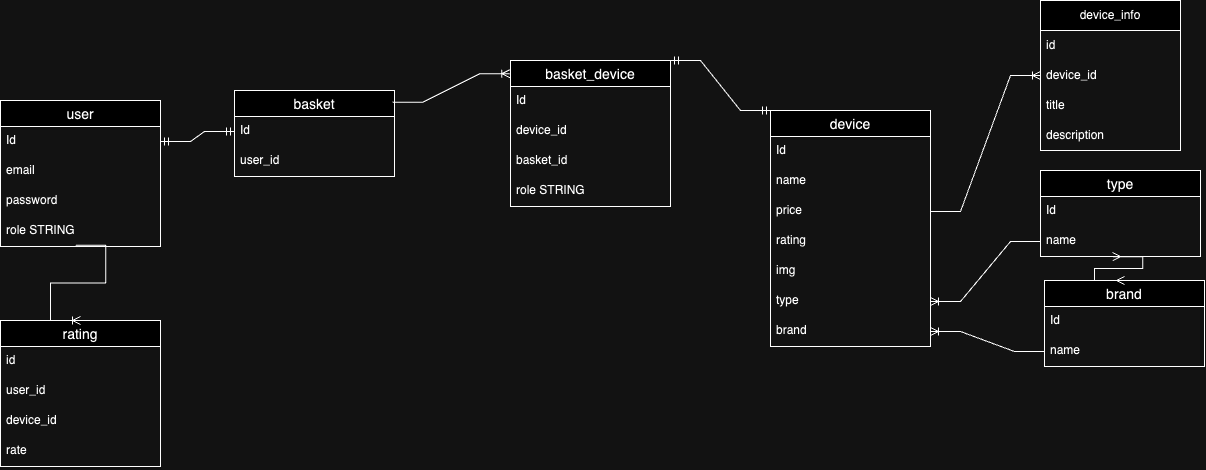
OlegBayrak/shop_project keeps this draw.io diagram as static/img/BD_shop.drawio.png. Above is the earlier version. Source tidied: cells renumbered, new cells last; positions are measured from the earlier drawing's top-left corner, leaving out a move shared by most shapes.
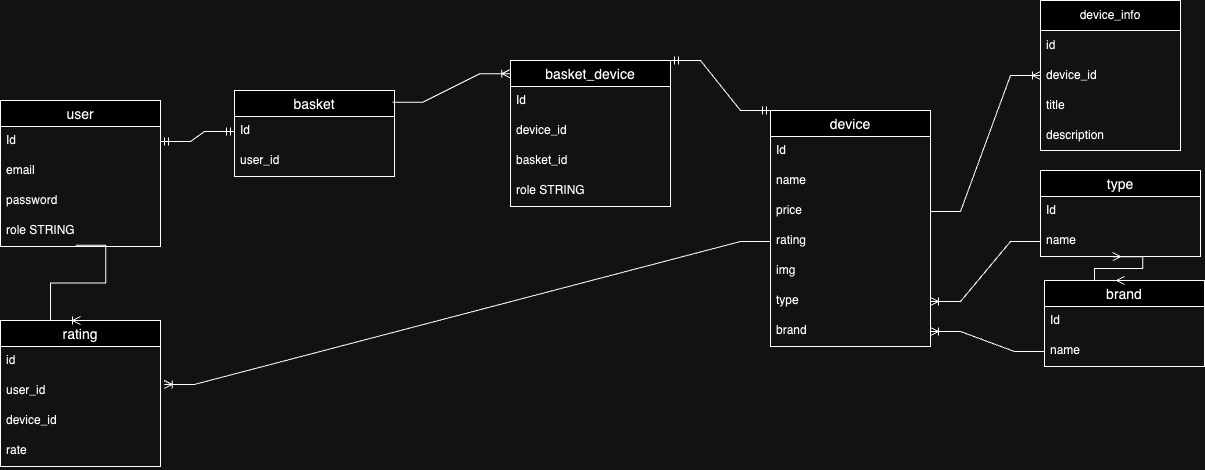
The same diagram one commit later.

Commit message:
models for DB implementation

The edit, as a diff of the source:
```diff
@@ -149,5 +149,8 @@
     <mxCell id="46" style="edgeStyle=entityRelationEdgeStyle;fontSize=12;html=1;endArrow=ERoneToMany;rounded=0;exitX=0.47;exitY=0.961;exitDx=0;exitDy=0;exitPerimeter=0;entryX=0.5;entryY=0;entryDx=0;entryDy=0;" parent="1" edge="1" source="6" target="41">
       <mxGeometry relative="1" as="geometry" />
     </mxCell>
+    <mxCell id="47" style="edgeStyle=entityRelationEdgeStyle;fontSize=12;html=1;endArrow=ERoneToMany;rounded=0;exitX=0;exitY=0.5;exitDx=0;exitDy=0;entryX=1.023;entryY=0.267;entryDx=0;entryDy=0;entryPerimeter=0;" parent="1" edge="1" source="15" target="43">
+      <mxGeometry relative="1" as="geometry" />
+    </mxCell>
   </root>
 </mxGraphModel>
```
